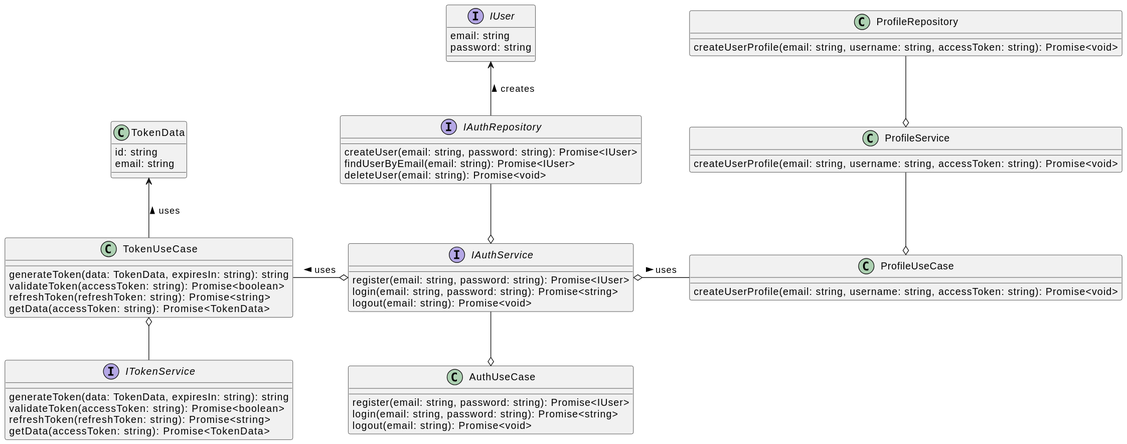
Above: static/img/ddd/detailed_design/auth/auth-class.svg in LetsStreamIt/documentation (PlantUML), before the change. Its diagram source:
```plantuml
@startuml
interface IUser {
    email: string
    password: string
}

class TokenData {
    id: string
    email: string
}

interface IAuthRepository {
    createUser(email: string, password: string): Promise<IUser>
    findUserByEmail(email: string): Promise<IUser>
    deleteUser(email: string): Promise<void>
}

interface IAuthService {
    register(email: string, password: string): Promise<IUser>
    login(email: string, password: string): Promise<string>
    logout(email: string): Promise<void>
}

class AuthUseCase {
    register(email: string, password: string): Promise<IUser>
    login(email: string, password: string): Promise<string>
    logout(email: string): Promise<void>
}

interface ITokenService {
    generateToken(data: TokenData, expiresIn: string): string
    validateToken(accessToken: string): Promise<boolean>
    refreshToken(refreshToken: string): Promise<string>
    getData(accessToken: string): Promise<TokenData>
}

class TokenUseCase {
    generateToken(data: TokenData, expiresIn: string): string
    validateToken(accessToken: string): Promise<boolean>
    refreshToken(refreshToken: string): Promise<string>
    getData(accessToken: string): Promise<TokenData>
}

class ProfileRepository {
    createUserProfile(email: string, username: string, accessToken: string): Promise<void>
}

class ProfileService {
    createUserProfile(email: string, username: string, accessToken: string): Promise<void>
}

class ProfileUseCase {
    createUserProfile(email: string, username: string, accessToken: string): Promise<void>
}

IAuthService o-up- IAuthRepository
AuthUseCase o-up- IAuthService

IAuthService o-left- TokenUseCase : uses >
IAuthService o-right- ProfileUseCase : uses >

TokenUseCase o-down- ITokenService

ProfileService o-up- ProfileRepository
ProfileUseCase o-up- ProfileService

IAuthRepository -up->  IUser : creates >

TokenUseCase -up-> TokenData : uses >
@enduml
```
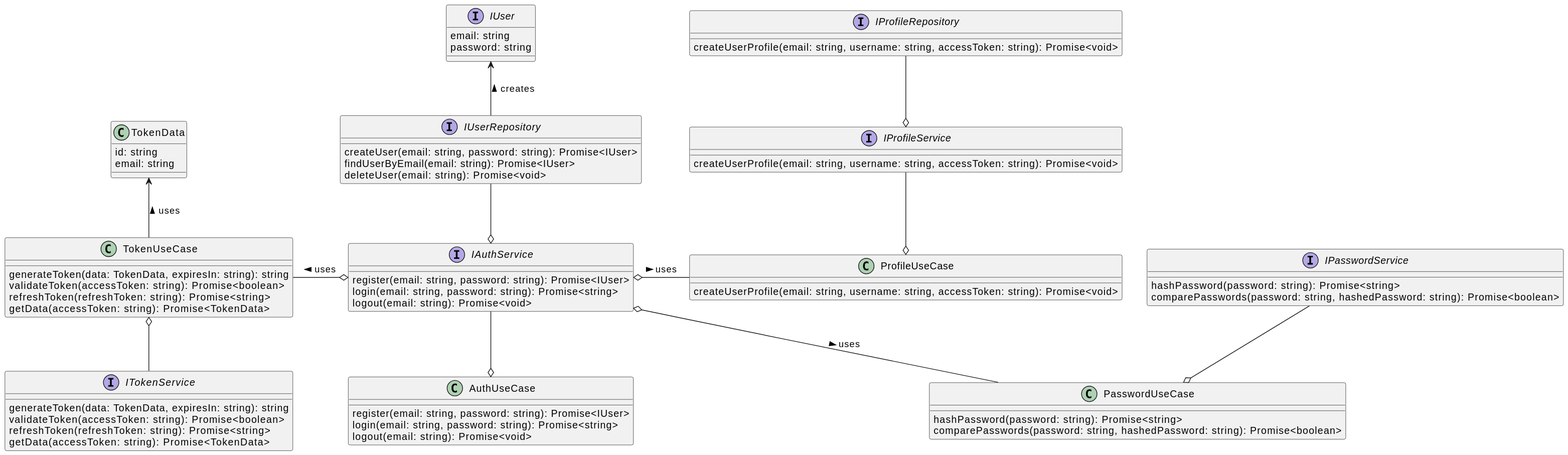
After the commit.

Commit message:
chore: detailed design auth and profile

Diff of the diagram source:
```diff
@@ -9,7 +9,7 @@
     email: string
 }
 
-interface IAuthRepository {
+interface IUserRepository {
     createUser(email: string, password: string): Promise<IUser>
     findUserByEmail(email: string): Promise<IUser>
     deleteUser(email: string): Promise<void>
@@ -21,10 +21,20 @@
     logout(email: string): Promise<void>
 }
 
+interface IPasswordService {
+    hashPassword(password: string): Promise<string>
+    comparePasswords(password: string, hashedPassword: string): Promise<boolean>
+}
+
 class AuthUseCase {
     register(email: string, password: string): Promise<IUser>
     login(email: string, password: string): Promise<string>
     logout(email: string): Promise<void>
+}
+
+class PasswordUseCase {
+    hashPassword(password: string): Promise<string>
+    comparePasswords(password: string, hashedPassword: string): Promise<boolean>
 }
 
 interface ITokenService {
@@ -41,11 +51,11 @@
     getData(accessToken: string): Promise<TokenData>
 }
 
-class ProfileRepository {
+interface IProfileRepository {
     createUserProfile(email: string, username: string, accessToken: string): Promise<void>
 }
 
-class ProfileService {
+interface IProfileService {
     createUserProfile(email: string, username: string, accessToken: string): Promise<void>
 }
 
@@ -53,18 +63,20 @@
     createUserProfile(email: string, username: string, accessToken: string): Promise<void>
 }
 
-IAuthService o-up- IAuthRepository
+IAuthService o-up- IUserRepository
 AuthUseCase o-up- IAuthService
+PasswordUseCase o-up- IPasswordService
 
 IAuthService o-left- TokenUseCase : uses >
 IAuthService o-right- ProfileUseCase : uses >
+IAuthService o-down- PasswordUseCase : uses >
 
 TokenUseCase o-down- ITokenService
 
-ProfileService o-up- ProfileRepository
-ProfileUseCase o-up- ProfileService
+IProfileService o-up- IProfileRepository
+ProfileUseCase o-up- IProfileService
 
-IAuthRepository -up->  IUser : creates >
+IUserRepository -up->  IUser : creates >
 
 TokenUseCase -up-> TokenData : uses >
 @enduml
```
